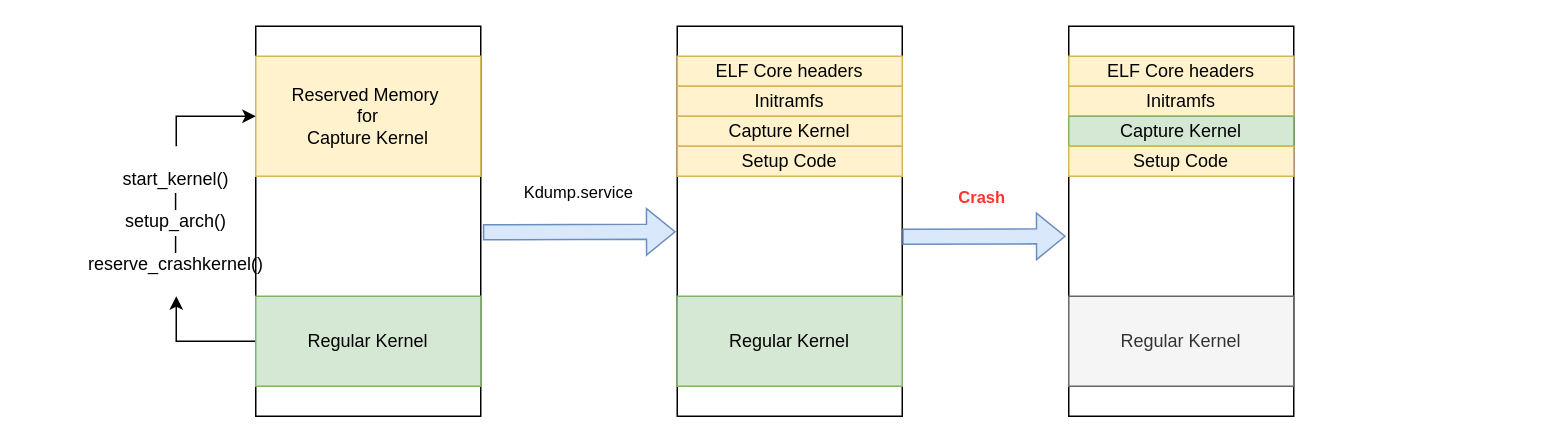
The draw.io diagram kdump.drawio in wbzzx-bb/wb-linux, before the edit. Source tidied: cells renumbered, new cells numbered last; positions are measured from the earlier drawing's top-left corner, leaving out a move shared by most shapes. Both pictures are drawn from the tidied source at 150%, with x=0, y=0 at pixel (26, 26).
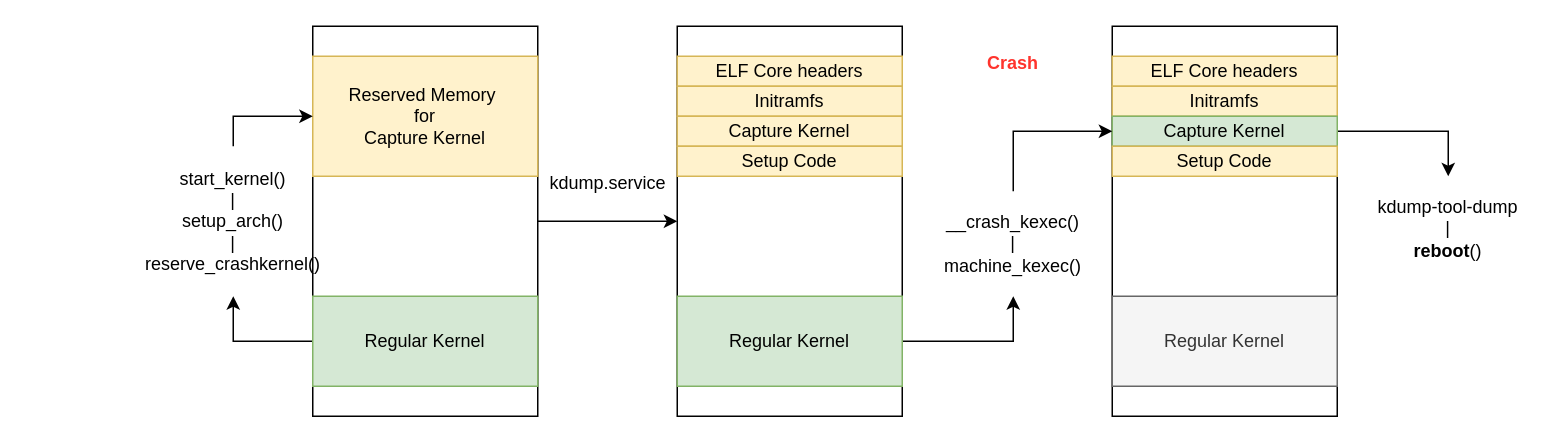
After the change.

The change refers to these unchanged cells:
```xml
<mxCell id="8" style="rounded=0;whiteSpace=wrap;html=1;" parent="1" vertex="1">
  <mxGeometry x="434" width="150" height="260" as="geometry" />
</mxCell>
<mxCell id="10" value="Regular Kernel" style="rounded=0;whiteSpace=wrap;html=1;fillColor=#d5e8d4;strokeColor=#82b366;" parent="1" vertex="1">
  <mxGeometry x="434" y="180" width="150" height="60" as="geometry" />
</mxCell>
```

What changed in the source:
```diff
@@
+    <mxCell id="24" style="edgeStyle=orthogonalEdgeStyle;rounded=0;jettySize=auto;html=1;entryX=0;entryY=0.5;entryDx=0;entryDy=0;" parent="1" edge="1" source="2" target="8">
+      <mxGeometry relative="1" as="geometry" />
+    </mxCell>
     <mxCell id="2" style="rounded=0;whiteSpace=wrap;html=1;" parent="1" vertex="1">
-      <mxGeometry x="153" width="150" height="260" as="geometry" />
+      <mxGeometry x="191" width="150" height="260" as="geometry" />
     </mxCell>
     <mxCell id="3" value="Reserved Memory&amp;nbsp;&lt;div&gt;for&lt;/div&gt;&lt;div&gt;Capture Kernel&lt;/div&gt;" style="rounded=0;whiteSpace=wrap;html=1;fillColor=#fff2cc;strokeColor=#d6b656;" parent="1" vertex="1">
-      <mxGeometry x="153" y="20" width="150" height="80" as="geometry" />
+      <mxGeometry x="191" y="20" width="150" height="80" as="geometry" />
     </mxCell>
@@
     <mxCell id="5" value="Regular Kernel" style="rounded=0;whiteSpace=wrap;html=1;fillColor=#d5e8d4;strokeColor=#82b366;" parent="1" vertex="1">
-      <mxGeometry x="153" y="180" width="150" height="60" as="geometry" />
+      <mxGeometry x="191" y="180" width="150" height="60" as="geometry" />
     </mxCell>
@@
     <mxCell id="7" value="start_kernel()&lt;div&gt;|&lt;/div&gt;&lt;div&gt;setup_arch()&lt;/div&gt;&lt;div&gt;|&lt;/div&gt;&lt;div&gt;reserve_crashkernel()&lt;/div&gt;" style="text;html=1;align=center;verticalAlign=middle;whiteSpace=wrap;rounded=0;" parent="1" vertex="1">
-      <mxGeometry y="80" width="200" height="100" as="geometry" />
+      <mxGeometry x="38" y="80" width="200" height="100" as="geometry" />
     </mxCell>
@@
+    <mxCell id="25" style="edgeStyle=orthogonalEdgeStyle;rounded=0;jettySize=auto;html=1;entryX=0.5;entryY=1;entryDx=0;entryDy=0;" parent="1" edge="1" source="10" target="28">
+      <mxGeometry relative="1" as="geometry" />
+    </mxCell>
@@
-    <mxCell id="14" style="shape=flexArrow;endArrow=classic;html=1;rounded=0;exitX=0.983;exitY=0.528;exitDx=0;exitDy=0;exitPerimeter=0;fillColor=#dae8fc;strokeColor=#6c8ebf;" parent="1" edge="1">
-      <mxGeometry relative="1" as="geometry">
-        <mxPoint x="304.4" y="137.3" as="sourcePoint" />
-        <mxPoint x="433" y="137" as="targetPoint" />
-      </mxGeometry>
-    </mxCell>
-    <mxCell id="15" value="Kdump.service" style="edgeLabel;html=1;align=center;verticalAlign=middle;" parent="14" vertex="1">
-      <mxGeometry x="0.13" y="-2" relative="1" as="geometry">
-        <mxPoint x="-10" y="-29" as="offset" />
-      </mxGeometry>
-    </mxCell>
     <mxCell id="16" style="rounded=0;whiteSpace=wrap;html=1;" parent="1" vertex="1">
-      <mxGeometry x="695" width="150" height="260" as="geometry" />
+      <mxGeometry x="724" width="150" height="260" as="geometry" />
     </mxCell>
     <mxCell id="17" value="ELF Core headers" style="rounded=0;whiteSpace=wrap;html=1;fillColor=#fff2cc;strokeColor=#d6b656;" parent="1" vertex="1">
-      <mxGeometry x="695" y="20" width="150" height="20" as="geometry" />
+      <mxGeometry x="724" y="20" width="150" height="20" as="geometry" />
     </mxCell>
     <mxCell id="18" value="Regular Kernel" style="rounded=0;whiteSpace=wrap;html=1;fillColor=#f5f5f5;strokeColor=#666666;fontColor=#333333;" parent="1" vertex="1">
-      <mxGeometry x="695" y="180" width="150" height="60" as="geometry" />
+      <mxGeometry x="724" y="180" width="150" height="60" as="geometry" />
     </mxCell>
     <mxCell id="19" value="Initramfs" style="rounded=0;whiteSpace=wrap;html=1;fillColor=#fff2cc;strokeColor=#d6b656;" parent="1" vertex="1">
-      <mxGeometry x="695" y="40" width="150" height="20" as="geometry" />
+      <mxGeometry x="724" y="40" width="150" height="20" as="geometry" />
     </mxCell>
+    <mxCell id="26" style="edgeStyle=orthogonalEdgeStyle;rounded=0;jettySize=auto;html=1;" parent="1" edge="1" source="20" target="29">
+      <mxGeometry relative="1" as="geometry" />
+    </mxCell>
     <mxCell id="20" value="Capture Kernel" style="rounded=0;whiteSpace=wrap;html=1;fillColor=#d5e8d4;strokeColor=#82b366;" parent="1" vertex="1">
-      <mxGeometry x="695" y="60" width="150" height="20" as="geometry" />
+      <mxGeometry x="724" y="60" width="150" height="20" as="geometry" />
     </mxCell>
     <mxCell id="21" value="Setup Code" style="rounded=0;whiteSpace=wrap;html=1;fillColor=#fff2cc;strokeColor=#d6b656;" parent="1" vertex="1">
-      <mxGeometry x="695" y="80" width="150" height="20" as="geometry" />
+      <mxGeometry x="724" y="80" width="150" height="20" as="geometry" />
     </mxCell>
-    <mxCell id="22" style="shape=flexArrow;endArrow=classic;html=1;rounded=0;exitX=0.983;exitY=0.528;exitDx=0;exitDy=0;exitPerimeter=0;fillColor=#dae8fc;strokeColor=#6c8ebf;" parent="1" edge="1">
-      <mxGeometry relative="1" as="geometry">
-        <mxPoint x="584" y="140.3" as="sourcePoint" />
-        <mxPoint x="693" y="140" as="targetPoint" />
-      </mxGeometry>
-    </mxCell>
+    <mxCell id="27" style="edgeStyle=orthogonalEdgeStyle;rounded=0;jettySize=auto;html=1;entryX=0;entryY=0.5;entryDx=0;entryDy=0;exitX=0.5;exitY=0;exitDx=0;exitDy=0;" parent="1" edge="1" source="28" target="20">
+      <mxGeometry relative="1" as="geometry" />
+    </mxCell>
+    <mxCell id="28" value="__crash_kexec()&lt;div&gt;|&lt;/div&gt;&lt;div&gt;&lt;span style=&quot;background-color: transparent; color: light-dark(rgb(0, 0, 0), rgb(255, 255, 255));&quot;&gt;machine_kexec()&lt;/span&gt;&lt;/div&gt;" style="text;html=1;align=center;verticalAlign=middle;whiteSpace=wrap;rounded=0;" parent="1" vertex="1">
+      <mxGeometry x="603" y="110" width="110" height="70" as="geometry" />
+    </mxCell>
-    <mxCell id="23" value="&lt;font style=&quot;color: rgb(255, 52, 45);&quot;&gt;&lt;b&gt;Crash&lt;/b&gt;&lt;/font&gt;" style="edgeLabel;html=1;align=center;verticalAlign=middle;" parent="22" vertex="1">
-      <mxGeometry x="0.13" y="-2" relative="1" as="geometry">
-        <mxPoint x="-10" y="-29" as="offset" />
-      </mxGeometry>
+    <mxCell id="23" value="&lt;font style=&quot;color: rgb(255, 52, 45);&quot;&gt;&lt;b&gt;Crash&lt;/b&gt;&lt;/font&gt;" style="text;html=1;align=center;verticalAlign=middle;whiteSpace=wrap;rounded=0;" parent="1" vertex="1">
+      <mxGeometry x="628" y="10" width="60" height="30" as="geometry" />
     </mxCell>
+    <mxCell id="29" value="kdump-tool-dump&lt;div&gt;|&lt;/div&gt;&lt;div&gt;&lt;span style=&quot;background-color: transparent; color: light-dark(rgb(0, 0, 0), rgb(255, 255, 255));&quot;&gt;&lt;b&gt;reboot&lt;/b&gt;()&lt;/span&gt;&lt;/div&gt;" style="text;html=1;align=center;verticalAlign=middle;whiteSpace=wrap;rounded=0;" parent="1" vertex="1">
+      <mxGeometry x="893" y="100" width="110" height="70" as="geometry" />
+    </mxCell>
+    <mxCell id="30" value="kdump.service" style="text;html=1;align=center;verticalAlign=middle;whiteSpace=wrap;rounded=0;" parent="1" vertex="1">
+      <mxGeometry x="333" y="70" width="110" height="70" as="geometry" />
+    </mxCell>
```
